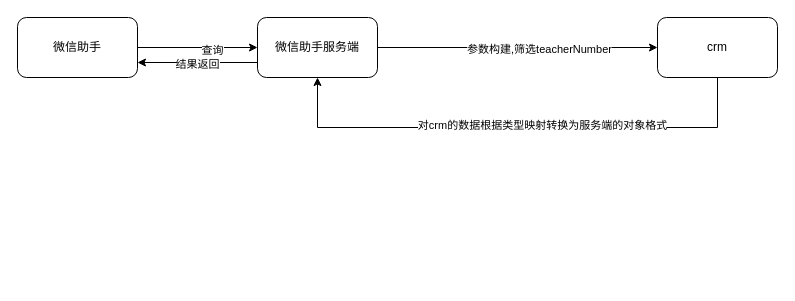
The draw.io diagram 微信助手4.9_.drawio in 1819011603/-, before the edit. Source tidied: cells renumbered, new cells numbered last; positions are measured from the earlier drawing's top-left corner, leaving out a move shared by most shapes. Both pictures are drawn from the tidied source at 100%, with x=0, y=0 at pixel (17, 17).
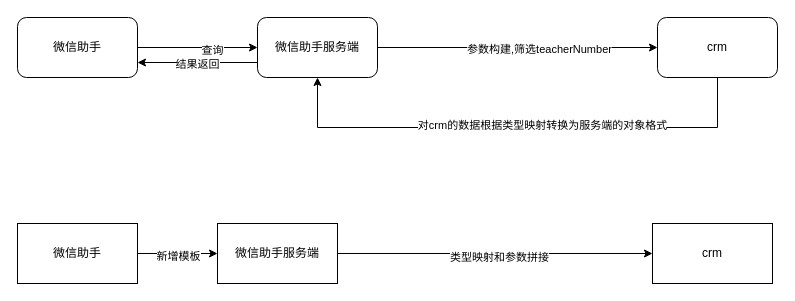
The same diagram, later.

Commit message (it also covers changes not shown here):
更新微信助手4.9_.drawio

What changed in the source:
```diff
@@
+    <mxCell id="15" style="edgeStyle=orthogonalEdgeStyle;rounded=0;jettySize=auto;html=1;" parent="1" edge="1" source="17" target="20">
+      <mxGeometry relative="1" as="geometry" />
+    </mxCell>
+    <mxCell id="16" value="新增模板" style="edgeLabel;html=1;align=center;verticalAlign=middle;" parent="15" vertex="1">
+      <mxGeometry y="-2" relative="1" as="geometry" />
+    </mxCell>
+    <mxCell id="17" value="微信助手" style="rounded=0;whiteSpace=wrap;html=1;" parent="1" vertex="1">
+      <mxGeometry y="206" width="120" height="60" as="geometry" />
+    </mxCell>
+    <mxCell id="18" style="edgeStyle=orthogonalEdgeStyle;rounded=0;jettySize=auto;html=1;" parent="1" edge="1" source="20" target="21">
+      <mxGeometry relative="1" as="geometry" />
+    </mxCell>
+    <mxCell id="19" value="类型映射和参数拼接" style="edgeLabel;html=1;align=center;verticalAlign=middle;" parent="18" vertex="1">
+      <mxGeometry x="0.02" y="-3" relative="1" as="geometry" />
+    </mxCell>
+    <mxCell id="20" value="微信助手服务端" style="whiteSpace=wrap;html=1;rounded=0;" parent="1" vertex="1">
+      <mxGeometry x="200" y="206" width="120" height="60" as="geometry" />
+    </mxCell>
+    <mxCell id="21" value="crm" style="whiteSpace=wrap;html=1;rounded=0;" parent="1" vertex="1">
+      <mxGeometry x="635" y="206" width="120" height="60" as="geometry" />
+    </mxCell>
```
